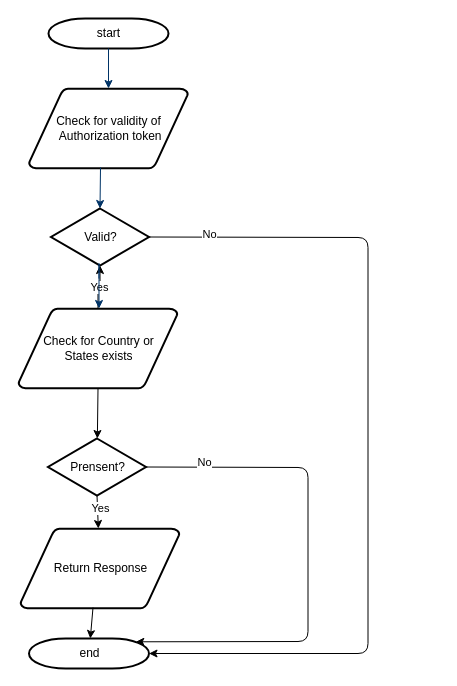
ishrikanth/Eommerce-fast keeps this draw.io diagram as page "Country & States" (2 of 9) of Untitled Diagram.drawio. Above is the earlier version. Source tidied: cells renumbered, new cells numbered last; positions are measured from the earlier drawing's top-left corner, leaving out a move shared by most shapes. Both pictures are drawn from the tidied source at 100%, with x=0, y=0 at pixel (18, 18).
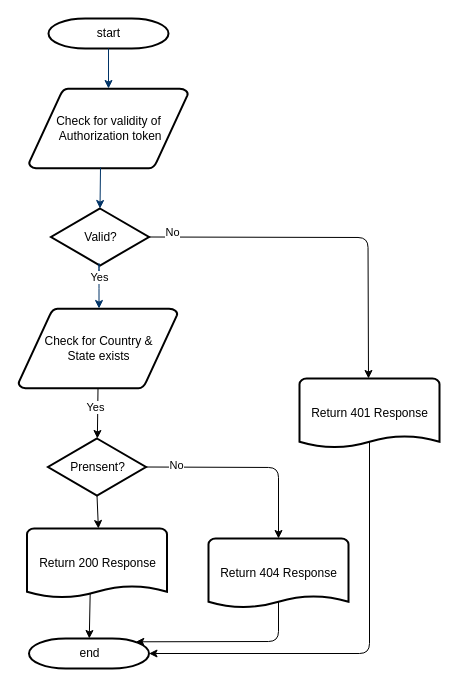
Above is the later version.

The change refers to these unchanged cells:
```xml
<mxCell id="6" value="Valid?" style="shape=mxgraph.flowchart.decision;strokeWidth=2;gradientColor=none;gradientDirection=north;fontStyle=0;html=1;" parent="1" vertex="1">
  <mxGeometry x="32.5" y="190" width="98" height="57" as="geometry" />
</mxCell>
<mxCell id="10" value="Prensent?" style="shape=mxgraph.flowchart.decision;strokeWidth=2;gradientColor=none;gradientDirection=north;fontStyle=0;html=1;" parent="1" vertex="1">
  <mxGeometry x="29.5" y="420" width="98" height="57" as="geometry" />
</mxCell>
<mxCell id="12" value="end" style="shape=mxgraph.flowchart.terminator;strokeWidth=2;gradientColor=none;gradientDirection=north;fontStyle=0;html=1;" parent="1" vertex="1">
  <mxGeometry x="10.5" y="620" width="120" height="30" as="geometry" />
</mxCell>
```

Change to the diagram source:
```diff
@@
-    <mxCell id="5" style="fontStyle=1;strokeColor=#003366;strokeWidth=1;html=1;entryX=0.5;entryY=0;entryDx=0;entryDy=0;entryPerimeter=0;" parent="1" edge="1" target="6">
-      <mxGeometry relative="1" as="geometry">
-        <mxPoint x="82" y="149" as="sourcePoint" />
-      </mxGeometry>
-    </mxCell>
+    <mxCell id="21" style="fontStyle=1;strokeColor=#003366;strokeWidth=1;html=1;entryX=0.5;entryY=0;entryDx=0;entryDy=0;entryPerimeter=0;" parent="1" edge="1" target="6">
+      <mxGeometry relative="1" as="geometry">
+        <mxPoint x="82" y="149" as="sourcePoint" />
+      </mxGeometry>
+    </mxCell>
@@
-    <mxCell id="7" value="Yes" style="edgeStyle=orthogonalEdgeStyle;rounded=0;jettySize=auto;html=1;" parent="1" edge="1" source="8" target="6">
-      <mxGeometry relative="1" as="geometry" />
-    </mxCell>
-    <mxCell id="8" value="Check for Country or &lt;br&gt;States&amp;nbsp;exists" style="shape=mxgraph.flowchart.data;strokeWidth=2;gradientColor=none;gradientDirection=north;fontStyle=0;html=1;" parent="1" vertex="1">
-      <mxGeometry y="290" width="159" height="80" as="geometry" />
-    </mxCell>
-    <mxCell id="9" style="fontStyle=1;strokeColor=#003366;strokeWidth=1;html=1;" parent="1" edge="1">
-      <mxGeometry relative="1" as="geometry">
-        <mxPoint x="80.5" y="260" as="sourcePoint" />
-        <mxPoint x="80.5" y="290" as="targetPoint" />
-        <Array as="points">
-          <mxPoint x="80.5" y="240" />
-          <mxPoint x="80.5" y="260" />
-        </Array>
-      </mxGeometry>
-    </mxCell>
+    <mxCell id="22" value="Check for Country &amp;amp; &lt;br&gt;State&amp;nbsp;exists" style="shape=mxgraph.flowchart.data;strokeWidth=2;gradientColor=none;gradientDirection=north;fontStyle=0;html=1;" parent="1" vertex="1">
+      <mxGeometry y="290" width="159" height="80" as="geometry" />
+    </mxCell>
+    <mxCell id="23" style="fontStyle=1;strokeColor=#003366;strokeWidth=1;html=1;" parent="1" edge="1">
+      <mxGeometry relative="1" as="geometry">
+        <mxPoint x="80.5" y="260" as="sourcePoint" />
+        <mxPoint x="80.5" y="290" as="targetPoint" />
+        <Array as="points">
+          <mxPoint x="80.5" y="240" />
+          <mxPoint x="80.5" y="260" />
+        </Array>
+      </mxGeometry>
+    </mxCell>
+    <mxCell id="24" value="Yes" style="edgeLabel;html=1;align=center;verticalAlign=middle;" parent="23" vertex="1">
+      <mxGeometry x="-0.94" y="1" relative="1" as="geometry">
+        <mxPoint x="1" as="offset" />
+      </mxGeometry>
+    </mxCell>
@@
-    <mxCell id="11" value="Return Response" style="shape=mxgraph.flowchart.data;strokeWidth=2;gradientColor=none;gradientDirection=north;fontStyle=0;html=1;" parent="1" vertex="1">
-      <mxGeometry x="2" y="510" width="159" height="80" as="geometry" />
-    </mxCell>
@@
-    <mxCell id="13" style="endArrow=classic;html=1;exitX=0.456;exitY=0.988;exitDx=0;exitDy=0;exitPerimeter=0;" parent="1" edge="1" source="11" target="12">
-      <mxGeometry relative="1" as="geometry" />
-    </mxCell>
-    <mxCell id="14" style="endArrow=classic;html=1;exitX=0.5;exitY=1;exitDx=0;exitDy=0;exitPerimeter=0;" parent="1" edge="1" source="10" target="11">
-      <mxGeometry relative="1" as="geometry" />
-    </mxCell>
-    <mxCell id="15" value="Yes" style="edgeLabel;html=1;align=center;verticalAlign=middle;" parent="14" vertex="1">
-      <mxGeometry x="-0.21" y="2" relative="1" as="geometry" />
-    </mxCell>
-    <mxCell id="16" style="endArrow=classic;html=1;exitX=0.5;exitY=1;exitDx=0;exitDy=0;exitPerimeter=0;" parent="1" edge="1" source="8" target="10">
-      <mxGeometry relative="1" as="geometry" />
-    </mxCell>
-    <mxCell id="17" style="endArrow=classic;html=1;exitX=1;exitY=0.5;exitDx=0;exitDy=0;exitPerimeter=0;entryX=1;entryY=0.5;entryDx=0;entryDy=0;entryPerimeter=0;" parent="1" edge="1" source="6" target="12">
-      <mxGeometry relative="1" as="geometry">
-        <Array as="points">
-          <mxPoint x="349.5" y="219" />
-          <mxPoint x="349.5" y="635" />
-        </Array>
-      </mxGeometry>
-    </mxCell>
-    <mxCell id="18" value="No" style="edgeLabel;html=1;align=center;verticalAlign=middle;" parent="17" vertex="1">
-      <mxGeometry x="-0.86" y="3" relative="1" as="geometry" />
-    </mxCell>
-    <mxCell id="19" style="endArrow=classic;html=1;exitX=1;exitY=0.5;exitDx=0;exitDy=0;exitPerimeter=0;entryX=0.89;entryY=0.11;entryDx=0;entryDy=0;entryPerimeter=0;" parent="1" edge="1" source="10" target="12">
-      <mxGeometry relative="1" as="geometry">
-        <Array as="points">
-          <mxPoint x="289.5" y="449" />
-          <mxPoint x="289.5" y="623" />
-        </Array>
-      </mxGeometry>
-    </mxCell>
-    <mxCell id="20" value="No" style="edgeLabel;html=1;align=center;verticalAlign=middle;" parent="19" vertex="1">
-      <mxGeometry x="-0.77" y="5" relative="1" as="geometry" />
-    </mxCell>
+    <mxCell id="25" style="endArrow=classic;html=1;exitX=0.452;exitY=0.857;exitDx=0;exitDy=0;exitPerimeter=0;" parent="1" edge="1" source="33" target="12">
+      <mxGeometry relative="1" as="geometry" />
+    </mxCell>
+    <mxCell id="26" style="endArrow=classic;html=1;exitX=0.5;exitY=1;exitDx=0;exitDy=0;exitPerimeter=0;" parent="1" edge="1" source="10">
+      <mxGeometry relative="1" as="geometry">
+        <mxPoint x="79.9" y="510" as="targetPoint" />
+      </mxGeometry>
+    </mxCell>
+    <mxCell id="27" style="endArrow=classic;html=1;exitX=0.5;exitY=1;exitDx=0;exitDy=0;exitPerimeter=0;" parent="1" edge="1" source="22" target="10">
+      <mxGeometry relative="1" as="geometry" />
+    </mxCell>
+    <mxCell id="28" value="Yes" style="edgeLabel;html=1;align=center;verticalAlign=middle;" parent="27" vertex="1">
+      <mxGeometry x="-0.24" y="-3" relative="1" as="geometry" />
+    </mxCell>
+    <mxCell id="29" style="endArrow=classic;html=1;exitX=1;exitY=0.5;exitDx=0;exitDy=0;exitPerimeter=0;" parent="1" edge="1" source="6" target="35">
+      <mxGeometry relative="1" as="geometry">
+        <Array as="points">
+          <mxPoint x="349.5" y="219" />
+          <mxPoint x="350" y="360" />
+        </Array>
+      </mxGeometry>
+    </mxCell>
+    <mxCell id="30" value="No" style="edgeLabel;html=1;align=center;verticalAlign=middle;" parent="29" vertex="1">
+      <mxGeometry x="-0.87" y="5" relative="1" as="geometry" />
+    </mxCell>
+    <mxCell id="31" style="endArrow=classic;html=1;exitX=1;exitY=0.5;exitDx=0;exitDy=0;exitPerimeter=0;entryX=0.5;entryY=0;entryDx=0;entryDy=0;entryPerimeter=0;" parent="1" edge="1" source="10" target="34">
+      <mxGeometry relative="1" as="geometry">
+        <Array as="points">
+          <mxPoint x="260" y="449" />
+        </Array>
+      </mxGeometry>
+    </mxCell>
+    <mxCell id="32" value="No" style="edgeLabel;html=1;align=center;verticalAlign=middle;" parent="31" vertex="1">
+      <mxGeometry x="-0.71" y="2" relative="1" as="geometry" />
+    </mxCell>
+    <mxCell id="33" value="Return 200 Response" style="shape=mxgraph.flowchart.document;strokeWidth=2;gradientColor=none;gradientDirection=north;fontStyle=0;html=1;" parent="1" vertex="1">
+      <mxGeometry x="8.5" y="510" width="140" height="70" as="geometry" />
+    </mxCell>
+    <mxCell id="34" value="Return 404 Response" style="shape=mxgraph.flowchart.document;strokeWidth=2;gradientColor=none;gradientDirection=north;fontStyle=0;html=1;" parent="1" vertex="1">
+      <mxGeometry x="190" y="520" width="140" height="70" as="geometry" />
+    </mxCell>
+    <mxCell id="35" value="Return 401 Response" style="shape=mxgraph.flowchart.document;strokeWidth=2;gradientColor=none;gradientDirection=north;fontStyle=0;html=1;" parent="1" vertex="1">
+      <mxGeometry x="281" y="360" width="140" height="70" as="geometry" />
+    </mxCell>
+    <mxCell id="36" style="endArrow=classic;html=1;exitX=0.5;exitY=0.9;exitDx=0;exitDy=0;exitPerimeter=0;entryX=1;entryY=0.5;entryDx=0;entryDy=0;entryPerimeter=0;" parent="1" edge="1" source="35" target="12">
+      <mxGeometry relative="1" as="geometry">
+        <Array as="points">
+          <mxPoint x="351" y="635" />
+        </Array>
+      </mxGeometry>
+    </mxCell>
+    <mxCell id="37" style="endArrow=classic;html=1;exitX=0.5;exitY=0.9;exitDx=0;exitDy=0;exitPerimeter=0;entryX=0.89;entryY=0.11;entryDx=0;entryDy=0;entryPerimeter=0;" parent="1" edge="1" source="34" target="12">
+      <mxGeometry relative="1" as="geometry">
+        <Array as="points">
+          <mxPoint x="260" y="623" />
+        </Array>
+      </mxGeometry>
+    </mxCell>
```
